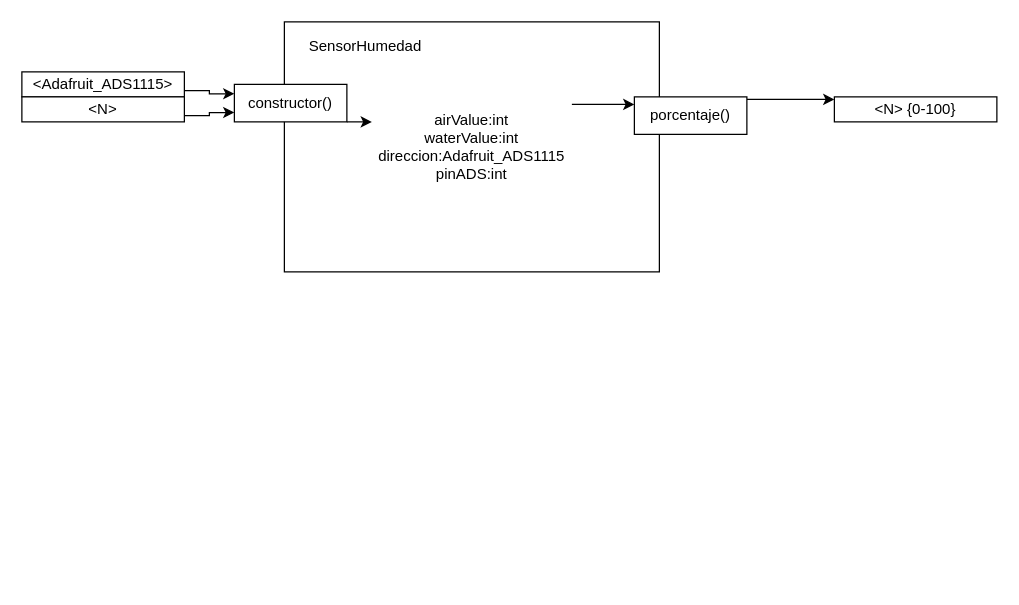
The draw.io diagram Untitled Diagram.drawio in halfam/CDIO, before the edit. Source tidied: cells renumbered, new cells numbered last; positions are measured from the earlier drawing's top-left corner, leaving out a move shared by most shapes. Both pictures are drawn from the tidied source at 125%, with x=0, y=0 at pixel (21, 21).
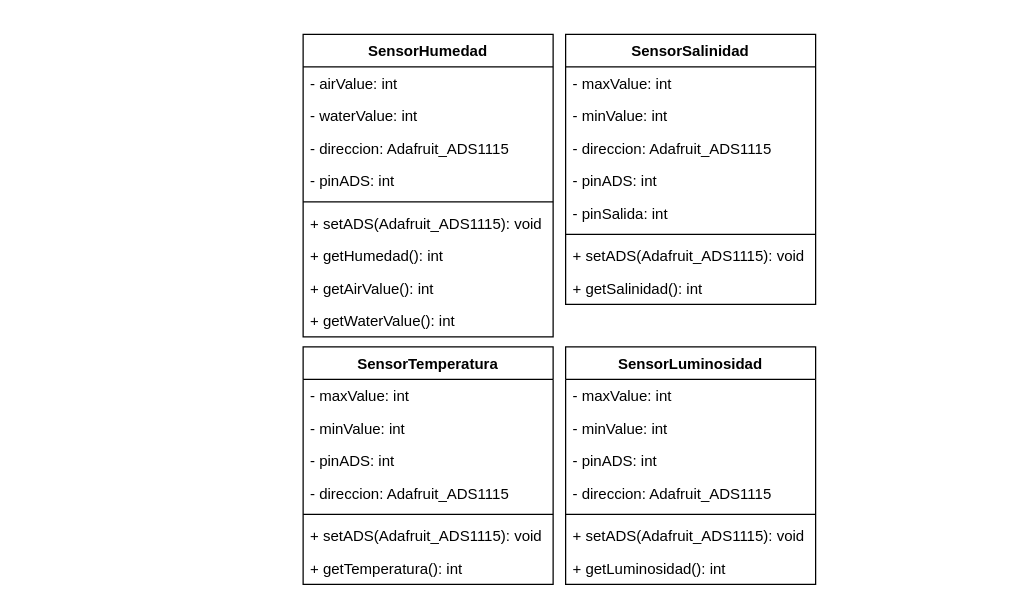
The same page after the edit.

The edit, as a diff of the source:
```diff
@@
-    <mxCell id="2" style="rounded=0;whiteSpace=wrap;html=1;" parent="1" vertex="1">
-      <mxGeometry x="210" width="300" height="200" as="geometry" />
-    </mxCell>
-    <mxCell id="3" style="edgeStyle=orthogonalEdgeStyle;rounded=0;orthogonalLoop=1;jettySize=auto;html=1;exitX=1;exitY=0;exitDx=0;exitDy=0;entryX=0;entryY=0;entryDx=0;entryDy=0;" parent="1" edge="1">
-      <mxGeometry relative="1" as="geometry">
-        <mxPoint x="440" y="66" as="sourcePoint" />
-        <mxPoint x="490" y="66" as="targetPoint" />
-      </mxGeometry>
-    </mxCell>
-    <mxCell id="4" value="airValue:int&lt;br&gt;waterValue:int&lt;br&gt;direccion:Adafruit_ADS1115&lt;br&gt;pinADS:int" style="text;html=1;strokeColor=none;fillColor=none;align=center;verticalAlign=middle;whiteSpace=wrap;rounded=0;" parent="1" vertex="1">
-      <mxGeometry x="280" y="60" width="160" height="80" as="geometry" />
-    </mxCell>
-    <mxCell id="5" value="SensorHumedad" style="text;html=1;strokeColor=none;fillColor=none;align=center;verticalAlign=middle;whiteSpace=wrap;rounded=0;" parent="1" vertex="1">
-      <mxGeometry x="225" y="10" width="100" height="20" as="geometry" />
+    <mxCell id="5" value="SensorHumedad" style="swimlane;fontStyle=1;align=center;verticalAlign=top;horizontal=1;startSize=26;" parent="1" vertex="1">
+      <mxGeometry x="225" y="10" width="200" height="242" as="geometry" />
     </mxCell>
-    <mxCell id="6" style="edgeStyle=orthogonalEdgeStyle;rounded=0;jettySize=auto;html=1;exitX=1;exitY=1;exitDx=0;exitDy=0;entryX=0;entryY=0.25;entryDx=0;entryDy=0;" parent="1" edge="1" source="7" target="4">
-      <mxGeometry relative="1" as="geometry" />
-    </mxCell>
-    <mxCell id="7" value="constructor()" style="rounded=0;whiteSpace=wrap;html=1;" parent="1" vertex="1">
-      <mxGeometry x="170" y="50" width="90" height="30" as="geometry" />
-    </mxCell>
-    <mxCell id="8" style="edgeStyle=orthogonalEdgeStyle;rounded=0;jettySize=auto;html=1;exitX=1;exitY=0.75;exitDx=0;exitDy=0;entryX=0;entryY=0.25;entryDx=0;entryDy=0;" parent="1" edge="1" source="9" target="7">
-      <mxGeometry relative="1" as="geometry" />
-    </mxCell>
-    <mxCell id="9" value="&amp;lt;Adafruit_ADS1115&amp;gt;" style="rounded=0;whiteSpace=wrap;html=1;" parent="1" vertex="1">
-      <mxGeometry y="40" width="130" height="20" as="geometry" />
-    </mxCell>
-    <mxCell id="10" style="edgeStyle=orthogonalEdgeStyle;rounded=0;jettySize=auto;html=1;exitX=1;exitY=0.75;exitDx=0;exitDy=0;entryX=0;entryY=0.75;entryDx=0;entryDy=0;" parent="1" edge="1" source="11" target="7">
-      <mxGeometry relative="1" as="geometry" />
-    </mxCell>
-    <mxCell id="11" value="&amp;lt;N&amp;gt;" style="rounded=0;whiteSpace=wrap;html=1;" parent="1" vertex="1">
-      <mxGeometry y="60" width="130" height="20" as="geometry" />
-    </mxCell>
-    <mxCell id="12" style="edgeStyle=orthogonalEdgeStyle;rounded=0;orthogonalLoop=1;jettySize=auto;html=1;exitX=1;exitY=0;exitDx=0;exitDy=0;entryX=0;entryY=0;entryDx=0;entryDy=0;" parent="1" edge="1">
-      <mxGeometry relative="1" as="geometry">
-        <mxPoint x="580" y="62" as="sourcePoint" />
-        <mxPoint x="650" y="62" as="targetPoint" />
-      </mxGeometry>
-    </mxCell>
-    <mxCell id="13" value="porcentaje()" style="rounded=0;whiteSpace=wrap;html=1;" parent="1" vertex="1">
-      <mxGeometry x="490" y="60" width="90" height="30" as="geometry" />
-    </mxCell>
-    <mxCell id="14" value="&amp;lt;N&amp;gt; {0-100}" style="rounded=0;whiteSpace=wrap;html=1;" parent="1" vertex="1">
-      <mxGeometry x="650" y="60" width="130" height="20" as="geometry" />
-    </mxCell>
+    <mxCell id="15" value="- airValue: int" style="text;strokeColor=none;fillColor=none;align=left;verticalAlign=top;spacingLeft=4;spacingRight=4;overflow=hidden;" parent="5" vertex="1">
+      <mxGeometry y="26" width="200" height="26" as="geometry" />
+    </mxCell>
+    <mxCell id="16" value="- waterValue: int" style="text;strokeColor=none;fillColor=none;align=left;verticalAlign=top;spacingLeft=4;spacingRight=4;overflow=hidden;" parent="5" vertex="1">
+      <mxGeometry y="52" width="200" height="26" as="geometry" />
+    </mxCell>
+    <mxCell id="17" value="- direccion: Adafruit_ADS1115" style="text;strokeColor=none;fillColor=none;align=left;verticalAlign=top;spacingLeft=4;spacingRight=4;overflow=hidden;" parent="5" vertex="1">
+      <mxGeometry y="78" width="200" height="26" as="geometry" />
+    </mxCell>
+    <mxCell id="18" value="- pinADS: int" style="text;strokeColor=none;fillColor=none;align=left;verticalAlign=top;spacingLeft=4;spacingRight=4;overflow=hidden;" parent="5" vertex="1">
+      <mxGeometry y="104" width="200" height="26" as="geometry" />
+    </mxCell>
+    <mxCell id="19" style="line;strokeWidth=1;fillColor=none;align=left;verticalAlign=middle;spacingTop=-1;spacingLeft=3;spacingRight=3;labelPosition=right;" parent="5" vertex="1">
+      <mxGeometry y="130" width="200" height="8" as="geometry" />
+    </mxCell>
+    <mxCell id="20" value="+ setADS(Adafruit_ADS1115): void" style="text;strokeColor=none;fillColor=none;align=left;verticalAlign=top;spacingLeft=4;spacingRight=4;overflow=hidden;" parent="5" vertex="1">
+      <mxGeometry y="138" width="200" height="26" as="geometry" />
+    </mxCell>
+    <mxCell id="21" value="+ getHumedad(): int" style="text;strokeColor=none;fillColor=none;align=left;verticalAlign=top;spacingLeft=4;spacingRight=4;overflow=hidden;" parent="5" vertex="1">
+      <mxGeometry y="164" width="200" height="26" as="geometry" />
+    </mxCell>
+    <mxCell id="22" value="+ getAirValue(): int" style="text;strokeColor=none;fillColor=none;align=left;verticalAlign=top;spacingLeft=4;spacingRight=4;overflow=hidden;" parent="5" vertex="1">
+      <mxGeometry y="190" width="200" height="26" as="geometry" />
+    </mxCell>
+    <mxCell id="23" value="+ getWaterValue(): int" style="text;strokeColor=none;fillColor=none;align=left;verticalAlign=top;spacingLeft=4;spacingRight=4;overflow=hidden;" parent="5" vertex="1">
+      <mxGeometry y="216" width="200" height="26" as="geometry" />
+    </mxCell>
+    <mxCell id="24" value="SensorSalinidad" style="swimlane;fontStyle=1;align=center;verticalAlign=top;horizontal=1;startSize=26;" parent="1" vertex="1">
+      <mxGeometry x="435" y="10" width="200" height="216" as="geometry" />
+    </mxCell>
+    <mxCell id="25" value="- maxValue: int" style="text;strokeColor=none;fillColor=none;align=left;verticalAlign=top;spacingLeft=4;spacingRight=4;overflow=hidden;" parent="24" vertex="1">
+      <mxGeometry y="26" width="200" height="26" as="geometry" />
+    </mxCell>
+    <mxCell id="26" value="- minValue: int" style="text;strokeColor=none;fillColor=none;align=left;verticalAlign=top;spacingLeft=4;spacingRight=4;overflow=hidden;" parent="24" vertex="1">
+      <mxGeometry y="52" width="200" height="26" as="geometry" />
+    </mxCell>
+    <mxCell id="27" value="- direccion: Adafruit_ADS1115" style="text;strokeColor=none;fillColor=none;align=left;verticalAlign=top;spacingLeft=4;spacingRight=4;overflow=hidden;" parent="24" vertex="1">
+      <mxGeometry y="78" width="200" height="26" as="geometry" />
+    </mxCell>
+    <mxCell id="28" value="- pinADS: int" style="text;strokeColor=none;fillColor=none;align=left;verticalAlign=top;spacingLeft=4;spacingRight=4;overflow=hidden;" parent="24" vertex="1">
+      <mxGeometry y="104" width="200" height="26" as="geometry" />
+    </mxCell>
+    <mxCell id="29" value="- pinSalida: int" style="text;strokeColor=none;fillColor=none;align=left;verticalAlign=top;spacingLeft=4;spacingRight=4;overflow=hidden;" parent="24" vertex="1">
+      <mxGeometry y="130" width="200" height="26" as="geometry" />
+    </mxCell>
+    <mxCell id="30" style="line;strokeWidth=1;fillColor=none;align=left;verticalAlign=middle;spacingTop=-1;spacingLeft=3;spacingRight=3;labelPosition=right;" parent="24" vertex="1">
+      <mxGeometry y="156" width="200" height="8" as="geometry" />
+    </mxCell>
+    <mxCell id="31" value="+ setADS(Adafruit_ADS1115): void" style="text;strokeColor=none;fillColor=none;align=left;verticalAlign=top;spacingLeft=4;spacingRight=4;overflow=hidden;" parent="24" vertex="1">
+      <mxGeometry y="164" width="200" height="26" as="geometry" />
+    </mxCell>
+    <mxCell id="32" value="+ getSalinidad(): int" style="text;strokeColor=none;fillColor=none;align=left;verticalAlign=top;spacingLeft=4;spacingRight=4;overflow=hidden;" parent="24" vertex="1">
+      <mxGeometry y="190" width="200" height="26" as="geometry" />
+    </mxCell>
+    <mxCell id="33" value="SensorTemperatura" style="swimlane;fontStyle=1;align=center;verticalAlign=top;horizontal=1;startSize=26;" parent="1" vertex="1">
+      <mxGeometry x="225" y="260" width="200" height="190" as="geometry" />
+    </mxCell>
+    <mxCell id="34" value="- maxValue: int" style="text;strokeColor=none;fillColor=none;align=left;verticalAlign=top;spacingLeft=4;spacingRight=4;overflow=hidden;" parent="33" vertex="1">
+      <mxGeometry y="26" width="200" height="26" as="geometry" />
+    </mxCell>
+    <mxCell id="35" value="- minValue: int" style="text;strokeColor=none;fillColor=none;align=left;verticalAlign=top;spacingLeft=4;spacingRight=4;overflow=hidden;" parent="33" vertex="1">
+      <mxGeometry y="52" width="200" height="26" as="geometry" />
+    </mxCell>
+    <mxCell id="36" value="- pinADS: int" style="text;strokeColor=none;fillColor=none;align=left;verticalAlign=top;spacingLeft=4;spacingRight=4;overflow=hidden;" parent="33" vertex="1">
+      <mxGeometry y="78" width="200" height="26" as="geometry" />
+    </mxCell>
+    <mxCell id="37" value="- direccion: Adafruit_ADS1115" style="text;strokeColor=none;fillColor=none;align=left;verticalAlign=top;spacingLeft=4;spacingRight=4;overflow=hidden;" parent="33" vertex="1">
+      <mxGeometry y="104" width="200" height="26" as="geometry" />
+    </mxCell>
+    <mxCell id="38" style="line;strokeWidth=1;fillColor=none;align=left;verticalAlign=middle;spacingTop=-1;spacingLeft=3;spacingRight=3;labelPosition=right;" parent="33" vertex="1">
+      <mxGeometry y="130" width="200" height="8" as="geometry" />
+    </mxCell>
+    <mxCell id="39" value="+ setADS(Adafruit_ADS1115): void" style="text;strokeColor=none;fillColor=none;align=left;verticalAlign=top;spacingLeft=4;spacingRight=4;overflow=hidden;" parent="33" vertex="1">
+      <mxGeometry y="138" width="200" height="26" as="geometry" />
+    </mxCell>
+    <mxCell id="40" value="+ getTemperatura(): int" style="text;strokeColor=none;fillColor=none;align=left;verticalAlign=top;spacingLeft=4;spacingRight=4;overflow=hidden;" parent="33" vertex="1">
+      <mxGeometry y="164" width="200" height="26" as="geometry" />
+    </mxCell>
+    <mxCell id="41" value="SensorLuminosidad" style="swimlane;fontStyle=1;align=center;verticalAlign=top;horizontal=1;startSize=26;" parent="1" vertex="1">
+      <mxGeometry x="435" y="260" width="200" height="190" as="geometry" />
+    </mxCell>
+    <mxCell id="42" value="- maxValue: int" style="text;strokeColor=none;fillColor=none;align=left;verticalAlign=top;spacingLeft=4;spacingRight=4;overflow=hidden;" parent="41" vertex="1">
+      <mxGeometry y="26" width="200" height="26" as="geometry" />
+    </mxCell>
+    <mxCell id="43" value="- minValue: int" style="text;strokeColor=none;fillColor=none;align=left;verticalAlign=top;spacingLeft=4;spacingRight=4;overflow=hidden;" parent="41" vertex="1">
+      <mxGeometry y="52" width="200" height="26" as="geometry" />
+    </mxCell>
+    <mxCell id="44" value="- pinADS: int" style="text;strokeColor=none;fillColor=none;align=left;verticalAlign=top;spacingLeft=4;spacingRight=4;overflow=hidden;" parent="41" vertex="1">
+      <mxGeometry y="78" width="200" height="26" as="geometry" />
+    </mxCell>
+    <mxCell id="45" value="- direccion: Adafruit_ADS1115" style="text;strokeColor=none;fillColor=none;align=left;verticalAlign=top;spacingLeft=4;spacingRight=4;overflow=hidden;" parent="41" vertex="1">
+      <mxGeometry y="104" width="200" height="26" as="geometry" />
+    </mxCell>
+    <mxCell id="46" style="line;strokeWidth=1;fillColor=none;align=left;verticalAlign=middle;spacingTop=-1;spacingLeft=3;spacingRight=3;labelPosition=right;" parent="41" vertex="1">
+      <mxGeometry y="130" width="200" height="8" as="geometry" />
+    </mxCell>
+    <mxCell id="47" value="+ setADS(Adafruit_ADS1115): void" style="text;strokeColor=none;fillColor=none;align=left;verticalAlign=top;spacingLeft=4;spacingRight=4;overflow=hidden;" parent="41" vertex="1">
+      <mxGeometry y="138" width="200" height="26" as="geometry" />
+    </mxCell>
+    <mxCell id="48" value="+ getLuminosidad(): int" style="text;strokeColor=none;fillColor=none;align=left;verticalAlign=top;spacingLeft=4;spacingRight=4;overflow=hidden;" parent="41" vertex="1">
+      <mxGeometry y="164" width="200" height="26" as="geometry" />
+    </mxCell>
```
